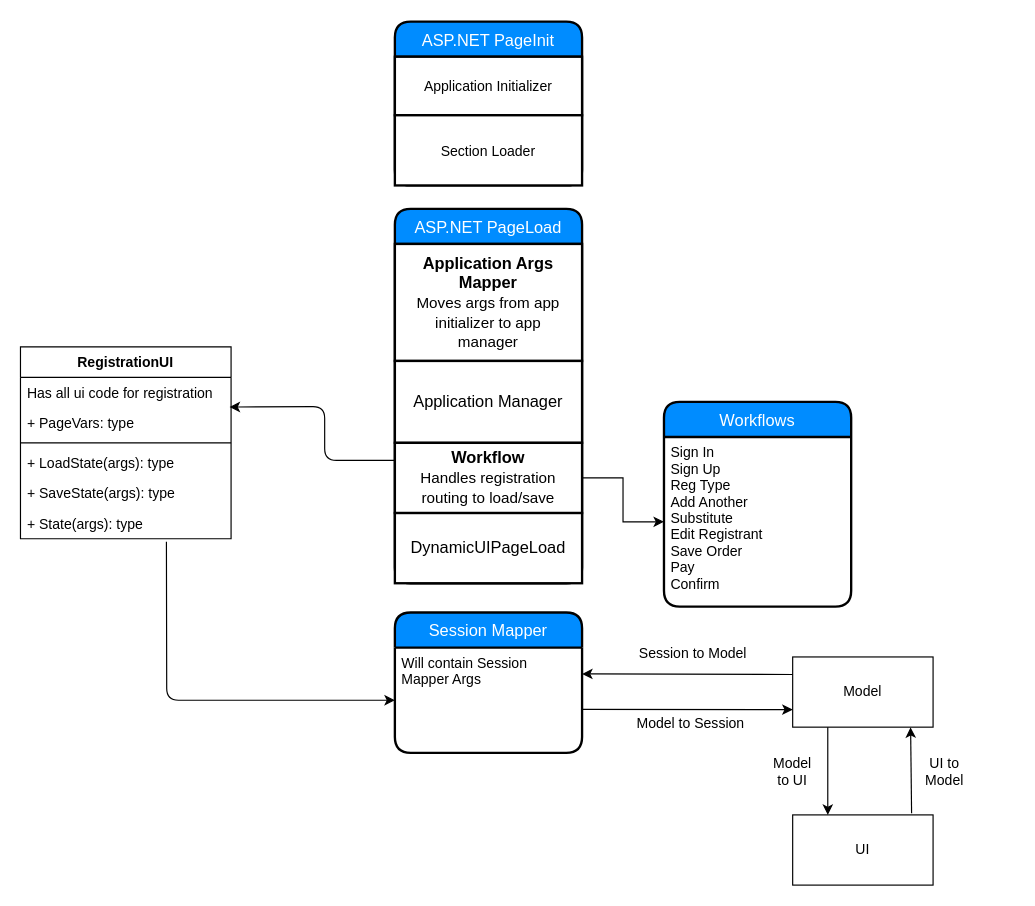
This is PublicRegistrationClassDiagram.drawio from shelbyharris/Registration, a draw.io file, before an edit. Source tidied: cells renumbered, new cells numbered last; positions are measured from the earlier drawing's top-left corner, leaving out a move shared by most shapes. Both pictures are drawn from the tidied source at 117%, with x=0, y=0 at pixel (20, 21).
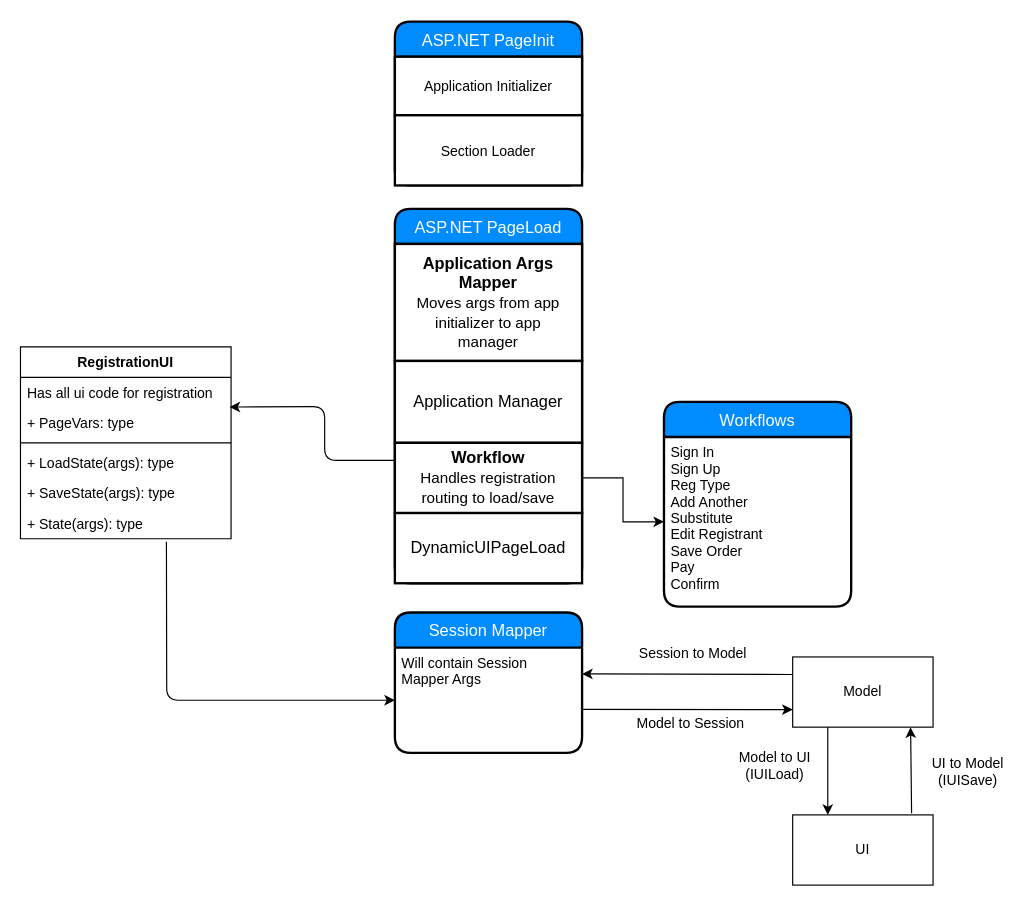
The same diagram, later.

Diff of the diagram source:
```diff
@@
-    <mxCell id="17" value="Model to UI" style="text;html=1;strokeColor=none;fillColor=none;align=center;verticalAlign=middle;whiteSpace=wrap;rounded=0;" parent="1" vertex="1">
-      <mxGeometry x="640" y="620.5" width="40" height="40" as="geometry" />
+    <mxCell id="17" value="Model to UI (IUILoad)" style="text;html=1;strokeColor=none;fillColor=none;align=center;verticalAlign=middle;whiteSpace=wrap;rounded=0;" parent="1" vertex="1">
+      <mxGeometry x="610" y="610" width="70" height="51" as="geometry" />
     </mxCell>
-    <mxCell id="18" value="UI to Model" style="text;html=1;strokeColor=none;fillColor=none;align=center;verticalAlign=middle;whiteSpace=wrap;rounded=0;" parent="1" vertex="1">
-      <mxGeometry x="770" y="620" width="40" height="41" as="geometry" />
+    <mxCell id="18" value="UI to Model (IUISave)" style="text;html=1;strokeColor=none;fillColor=none;align=center;verticalAlign=middle;whiteSpace=wrap;rounded=0;" parent="1" vertex="1">
+      <mxGeometry x="770" y="620" width="80" height="41" as="geometry" />
     </mxCell>
```
